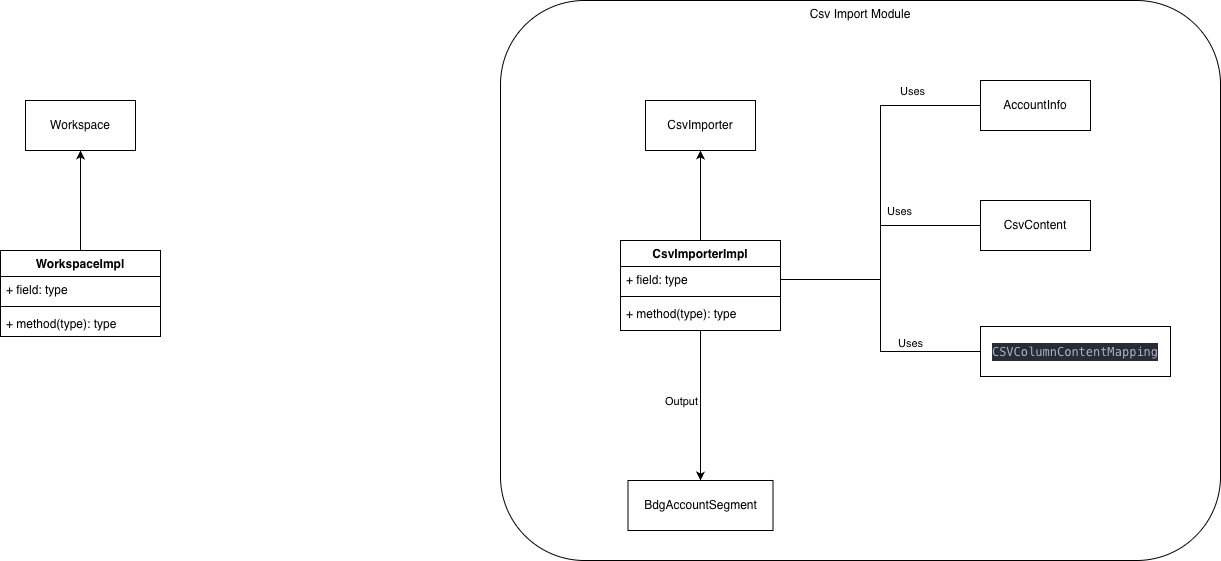
Before: Doc/Engine.png, a diagram exported from draw.io (cobreti/Budgan). Source tidied: cells renumbered, new cells last; positions are measured from the earlier drawing's top-left corner, leaving out a move shared by most shapes. Its diagram source:
```xml
<mxGraphModel>
  <root>
    <mxCell id="0" />
    <mxCell id="1" parent="0" />
    <mxCell id="2" value="Csv Import Module" style="rounded=1;whiteSpace=wrap;html=1;verticalAlign=top;" parent="1" vertex="1">
      <mxGeometry x="500" width="720" height="560" as="geometry" />
    </mxCell>
    <mxCell id="3" style="edgeStyle=orthogonalEdgeStyle;rounded=0;jettySize=auto;html=1;entryX=0.5;entryY=1;entryDx=0;entryDy=0;" parent="1" edge="1" source="4" target="8">
      <mxGeometry relative="1" as="geometry" />
    </mxCell>
    <mxCell id="4" value="WorkspaceImpl" style="swimlane;fontStyle=1;align=center;verticalAlign=top;horizontal=1;startSize=26;whiteSpace=wrap;html=1;" parent="1" vertex="1">
      <mxGeometry y="250" width="160" height="86" as="geometry" />
    </mxCell>
    <mxCell id="5" value="+ field: type" style="text;strokeColor=none;fillColor=none;align=left;verticalAlign=top;spacingLeft=4;spacingRight=4;overflow=hidden;whiteSpace=wrap;html=1;" parent="4" vertex="1">
      <mxGeometry y="26" width="160" height="26" as="geometry" />
    </mxCell>
    <mxCell id="6" style="line;strokeWidth=1;fillColor=none;align=left;verticalAlign=middle;spacingTop=-1;spacingLeft=3;spacingRight=3;labelPosition=right;strokeColor=inherit;" parent="4" vertex="1">
      <mxGeometry y="52" width="160" height="8" as="geometry" />
    </mxCell>
    <mxCell id="7" value="+ method(type): type" style="text;strokeColor=none;fillColor=none;align=left;verticalAlign=top;spacingLeft=4;spacingRight=4;overflow=hidden;whiteSpace=wrap;html=1;" parent="4" vertex="1">
      <mxGeometry y="60" width="160" height="26" as="geometry" />
    </mxCell>
    <mxCell id="8" value="Workspace" style="html=1;whiteSpace=wrap;" parent="1" vertex="1">
      <mxGeometry x="25" y="100" width="110" height="50" as="geometry" />
    </mxCell>
    <mxCell id="9" style="edgeStyle=orthogonalEdgeStyle;rounded=0;jettySize=auto;html=1;" parent="1" edge="1" source="12" target="16">
      <mxGeometry relative="1" as="geometry" />
    </mxCell>
    <mxCell id="10" style="edgeStyle=orthogonalEdgeStyle;rounded=0;jettySize=auto;html=1;entryX=0.5;entryY=0;entryDx=0;entryDy=0;" parent="1" edge="1" source="12" target="26">
      <mxGeometry relative="1" as="geometry" />
    </mxCell>
    <mxCell id="11" value="Output" style="edgeLabel;html=1;align=center;verticalAlign=middle;" parent="10" vertex="1">
      <mxGeometry x="0.12" y="-3" relative="1" as="geometry">
        <mxPoint x="-17" y="-14" as="offset" />
      </mxGeometry>
    </mxCell>
    <mxCell id="12" value="CsvImporterImpl" style="swimlane;fontStyle=1;align=center;verticalAlign=top;horizontal=1;startSize=26;whiteSpace=wrap;html=1;" parent="1" vertex="1">
      <mxGeometry x="620" y="240" width="160" height="90" as="geometry" />
    </mxCell>
    <mxCell id="13" value="+ field: type" style="text;strokeColor=none;fillColor=none;align=left;verticalAlign=top;spacingLeft=4;spacingRight=4;overflow=hidden;points=[[0,0.5],[1,0.5]];portConstraint=eastwest;whiteSpace=wrap;html=1;" parent="12" vertex="1">
      <mxGeometry y="26" width="160" height="26" as="geometry" />
    </mxCell>
    <mxCell id="14" style="line;strokeWidth=1;fillColor=none;align=left;verticalAlign=middle;spacingTop=-1;spacingLeft=3;spacingRight=3;labelPosition=right;strokeColor=inherit;" parent="12" vertex="1">
      <mxGeometry y="52" width="160" height="8" as="geometry" />
    </mxCell>
    <mxCell id="15" value="+ method(type): type" style="text;strokeColor=none;fillColor=none;align=left;verticalAlign=top;spacingLeft=4;spacingRight=4;overflow=hidden;whiteSpace=wrap;html=1;" parent="12" vertex="1">
      <mxGeometry y="60" width="160" height="30" as="geometry" />
    </mxCell>
    <mxCell id="16" value="CsvImporter" style="html=1;whiteSpace=wrap;" parent="1" vertex="1">
      <mxGeometry x="645" y="100" width="110" height="50" as="geometry" />
    </mxCell>
    <mxCell id="17" value="&lt;div style=&quot;background-color: rgb(40, 44, 52); line-height: 18px;&quot;&gt;&lt;font face=&quot;Menlo, Monaco, Courier New, monospace&quot; style=&quot;color: light-dark(rgb(171, 178, 191), rgb(255, 255, 255));&quot;&gt;&lt;span style=&quot;white-space: pre;&quot;&gt;CSVColumnContentMapping&lt;/span&gt;&lt;/font&gt;&lt;/div&gt;" style="html=1;whiteSpace=wrap;" parent="1" vertex="1">
      <mxGeometry x="980" y="326" width="190" height="50" as="geometry" />
    </mxCell>
    <mxCell id="18" value="CsvContent" style="html=1;whiteSpace=wrap;" parent="1" vertex="1">
      <mxGeometry x="980" y="200" width="110" height="50" as="geometry" />
    </mxCell>
    <mxCell id="19" style="edgeStyle=orthogonalEdgeStyle;rounded=0;jettySize=auto;html=1;entryX=0;entryY=0.5;entryDx=0;entryDy=0;endArrow=none;endFill=0;" parent="1" edge="1" source="13" target="18">
      <mxGeometry relative="1" as="geometry" />
    </mxCell>
    <mxCell id="20" value="Uses" style="edgeLabel;html=1;align=center;verticalAlign=middle;" parent="19" vertex="1">
      <mxGeometry x="0.36" y="2" relative="1" as="geometry">
        <mxPoint y="-13" as="offset" />
      </mxGeometry>
    </mxCell>
    <mxCell id="21" style="edgeStyle=orthogonalEdgeStyle;rounded=0;jettySize=auto;html=1;entryX=0;entryY=0.5;entryDx=0;entryDy=0;endArrow=none;endFill=0;" parent="1" edge="1" source="13" target="17">
      <mxGeometry relative="1" as="geometry" />
    </mxCell>
    <mxCell id="22" value="Uses" style="edgeLabel;html=1;align=center;verticalAlign=middle;" parent="21" vertex="1">
      <mxGeometry x="0.48" y="2" relative="1" as="geometry">
        <mxPoint y="-7" as="offset" />
      </mxGeometry>
    </mxCell>
    <mxCell id="23" value="AccountInfo" style="html=1;whiteSpace=wrap;" parent="1" vertex="1">
      <mxGeometry x="980" y="80" width="110" height="50" as="geometry" />
    </mxCell>
    <mxCell id="24" style="edgeStyle=orthogonalEdgeStyle;rounded=0;jettySize=auto;html=1;entryX=0;entryY=0.5;entryDx=0;entryDy=0;endArrow=none;endFill=0;" parent="1" edge="1" source="13" target="23">
      <mxGeometry relative="1" as="geometry" />
    </mxCell>
    <mxCell id="25" value="Uses" style="edgeLabel;html=1;align=center;verticalAlign=middle;" parent="24" vertex="1">
      <mxGeometry x="0.63" y="3" relative="1" as="geometry">
        <mxPoint y="-12" as="offset" />
      </mxGeometry>
    </mxCell>
    <mxCell id="26" value="BdgAccountSegment" style="html=1;whiteSpace=wrap;" parent="1" vertex="1">
      <mxGeometry x="627.5" y="480" width="145" height="50" as="geometry" />
    </mxCell>
  </root>
</mxGraphModel>
```
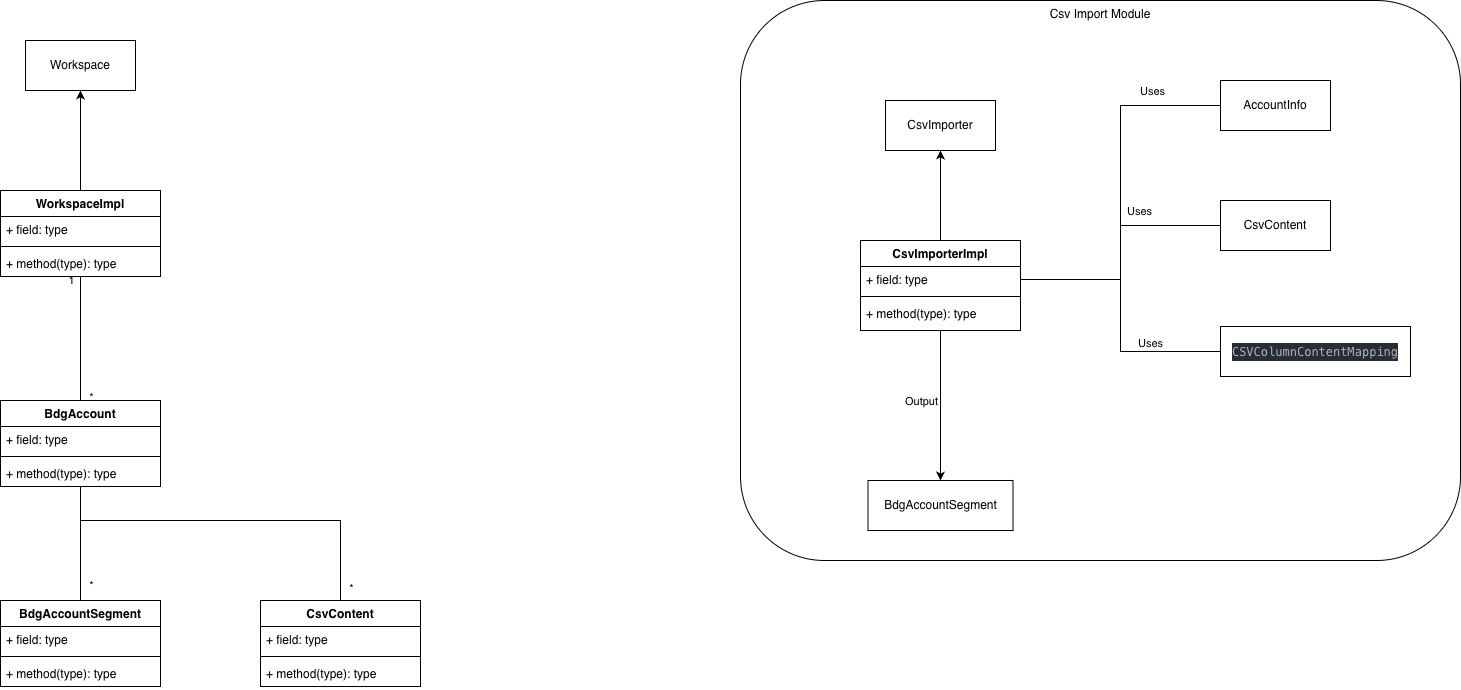
Above is the later version.

Commit message:
updated engine document

Diff of the diagram source:
```diff
@@ -8,8 +8,21 @@
     <mxCell id="3" style="edgeStyle=orthogonalEdgeStyle;rounded=0;jettySize=auto;html=1;entryX=0.5;entryY=1;entryDx=0;entryDy=0;" parent="1" edge="1" source="4" target="8">
       <mxGeometry relative="1" as="geometry" />
     </mxCell>
+    <mxCell id="27" style="edgeStyle=orthogonalEdgeStyle;rounded=0;jettySize=auto;html=1;entryX=0.5;entryY=0;entryDx=0;entryDy=0;endArrow=none;endFill=0;" parent="1" edge="1" source="4" target="34">
+      <mxGeometry relative="1" as="geometry" />
+    </mxCell>
+    <mxCell id="28" value="*" style="edgeLabel;html=1;align=center;verticalAlign=middle;" parent="27" vertex="1">
+      <mxGeometry x="0.87" y="-2" relative="1" as="geometry">
+        <mxPoint x="12" y="4" as="offset" />
+      </mxGeometry>
+    </mxCell>
+    <mxCell id="29" value="1&lt;div&gt;&lt;br&gt;&lt;/div&gt;" style="edgeLabel;html=1;align=center;verticalAlign=middle;" parent="27" vertex="1">
+      <mxGeometry x="-0.92" relative="1" as="geometry">
+        <mxPoint x="-10" y="5" as="offset" />
+      </mxGeometry>
+    </mxCell>
     <mxCell id="4" value="WorkspaceImpl" style="swimlane;fontStyle=1;align=center;verticalAlign=top;horizontal=1;startSize=26;whiteSpace=wrap;html=1;" parent="1" vertex="1">
-      <mxGeometry y="250" width="160" height="86" as="geometry" />
+      <mxGeometry x="-240" y="190" width="160" height="86" as="geometry" />
     </mxCell>
     <mxCell id="5" value="+ field: type" style="text;strokeColor=none;fillColor=none;align=left;verticalAlign=top;spacingLeft=4;spacingRight=4;overflow=hidden;whiteSpace=wrap;html=1;" parent="4" vertex="1">
       <mxGeometry y="26" width="160" height="26" as="geometry" />
@@ -21,7 +34,7 @@
       <mxGeometry y="60" width="160" height="26" as="geometry" />
     </mxCell>
     <mxCell id="8" value="Workspace" style="html=1;whiteSpace=wrap;" parent="1" vertex="1">
-      <mxGeometry x="25" y="100" width="110" height="50" as="geometry" />
+      <mxGeometry x="-215" y="40" width="110" height="50" as="geometry" />
     </mxCell>
     <mxCell id="9" style="edgeStyle=orthogonalEdgeStyle;rounded=0;jettySize=auto;html=1;" parent="1" edge="1" source="12" target="16">
       <mxGeometry relative="1" as="geometry" />
@@ -85,5 +98,62 @@
     <mxCell id="26" value="BdgAccountSegment" style="html=1;whiteSpace=wrap;" parent="1" vertex="1">
       <mxGeometry x="627.5" y="480" width="145" height="50" as="geometry" />
     </mxCell>
+    <mxCell id="30" style="edgeStyle=orthogonalEdgeStyle;rounded=0;jettySize=auto;html=1;entryX=0.5;entryY=0;entryDx=0;entryDy=0;endArrow=none;endFill=0;" parent="1" edge="1" source="34" target="38">
+      <mxGeometry relative="1" as="geometry" />
+    </mxCell>
+    <mxCell id="31" value="*" style="edgeLabel;html=1;align=center;verticalAlign=middle;" parent="30" vertex="1">
+      <mxGeometry x="0.72" y="1" relative="1" as="geometry">
+        <mxPoint x="9" as="offset" />
+      </mxGeometry>
+    </mxCell>
+    <mxCell id="32" style="edgeStyle=orthogonalEdgeStyle;rounded=0;jettySize=auto;html=1;endArrow=none;endFill=0;" parent="1" edge="1" source="34" target="42">
+      <mxGeometry relative="1" as="geometry">
+        <Array as="points">
+          <mxPoint x="-160" y="520" />
+          <mxPoint x="100" y="520" />
+        </Array>
+      </mxGeometry>
+    </mxCell>
+    <mxCell id="33" value="*" style="edgeLabel;html=1;align=center;verticalAlign=middle;" parent="32" vertex="1">
+      <mxGeometry x="0.93" y="-3" relative="1" as="geometry">
+        <mxPoint x="13" as="offset" />
+      </mxGeometry>
+    </mxCell>
+    <mxCell id="34" value="BdgAccount" style="swimlane;fontStyle=1;align=center;verticalAlign=top;horizontal=1;startSize=26;whiteSpace=wrap;html=1;" parent="1" vertex="1">
+      <mxGeometry x="-240" y="400" width="160" height="86" as="geometry" />
+    </mxCell>
+    <mxCell id="35" value="+ field: type" style="text;strokeColor=none;fillColor=none;align=left;verticalAlign=top;spacingLeft=4;spacingRight=4;overflow=hidden;whiteSpace=wrap;html=1;" parent="34" vertex="1">
+      <mxGeometry y="26" width="160" height="26" as="geometry" />
+    </mxCell>
+    <mxCell id="36" style="line;strokeWidth=1;fillColor=none;align=left;verticalAlign=middle;spacingTop=-1;spacingLeft=3;spacingRight=3;labelPosition=right;strokeColor=inherit;" parent="34" vertex="1">
+      <mxGeometry y="52" width="160" height="8" as="geometry" />
+    </mxCell>
+    <mxCell id="37" value="+ method(type): type" style="text;strokeColor=none;fillColor=none;align=left;verticalAlign=top;spacingLeft=4;spacingRight=4;overflow=hidden;whiteSpace=wrap;html=1;" parent="34" vertex="1">
+      <mxGeometry y="60" width="160" height="26" as="geometry" />
+    </mxCell>
+    <mxCell id="38" value="BdgAccountSegment" style="swimlane;fontStyle=1;align=center;verticalAlign=top;horizontal=1;startSize=26;whiteSpace=wrap;html=1;" parent="1" vertex="1">
+      <mxGeometry x="-240" y="600" width="160" height="86" as="geometry" />
+    </mxCell>
+    <mxCell id="39" value="+ field: type" style="text;strokeColor=none;fillColor=none;align=left;verticalAlign=top;spacingLeft=4;spacingRight=4;overflow=hidden;whiteSpace=wrap;html=1;" parent="38" vertex="1">
+      <mxGeometry y="26" width="160" height="26" as="geometry" />
+    </mxCell>
+    <mxCell id="40" style="line;strokeWidth=1;fillColor=none;align=left;verticalAlign=middle;spacingTop=-1;spacingLeft=3;spacingRight=3;labelPosition=right;strokeColor=inherit;" parent="38" vertex="1">
+      <mxGeometry y="52" width="160" height="8" as="geometry" />
+    </mxCell>
+    <mxCell id="41" value="+ method(type): type" style="text;strokeColor=none;fillColor=none;align=left;verticalAlign=top;spacingLeft=4;spacingRight=4;overflow=hidden;whiteSpace=wrap;html=1;" parent="38" vertex="1">
+      <mxGeometry y="60" width="160" height="26" as="geometry" />
+    </mxCell>
+    <mxCell id="42" value="CsvContent" style="swimlane;fontStyle=1;align=center;verticalAlign=top;horizontal=1;startSize=26;whiteSpace=wrap;html=1;" parent="1" vertex="1">
+      <mxGeometry x="20" y="600" width="160" height="86" as="geometry" />
+    </mxCell>
+    <mxCell id="43" value="+ field: type" style="text;strokeColor=none;fillColor=none;align=left;verticalAlign=top;spacingLeft=4;spacingRight=4;overflow=hidden;whiteSpace=wrap;html=1;" parent="42" vertex="1">
+      <mxGeometry y="26" width="160" height="26" as="geometry" />
+    </mxCell>
+    <mxCell id="44" style="line;strokeWidth=1;fillColor=none;align=left;verticalAlign=middle;spacingTop=-1;spacingLeft=3;spacingRight=3;labelPosition=right;strokeColor=inherit;" parent="42" vertex="1">
+      <mxGeometry y="52" width="160" height="8" as="geometry" />
+    </mxCell>
+    <mxCell id="45" value="+ method(type): type" style="text;strokeColor=none;fillColor=none;align=left;verticalAlign=top;spacingLeft=4;spacingRight=4;overflow=hidden;whiteSpace=wrap;html=1;" parent="42" vertex="1">
+      <mxGeometry y="60" width="160" height="26" as="geometry" />
+    </mxCell>
   </root>
 </mxGraphModel>
```
